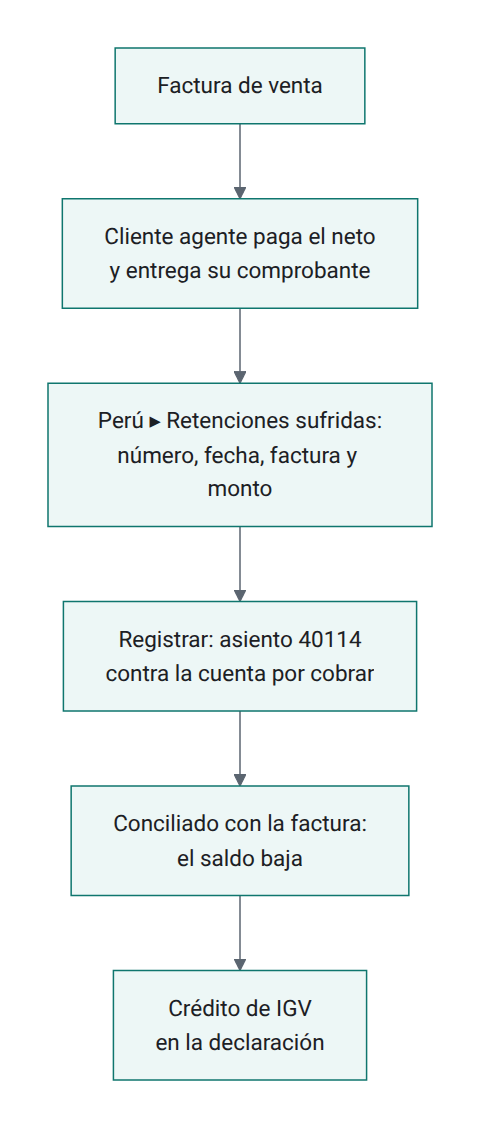
Above: OL-ACCOUNTING/al_l10n_pe_retention/static/description/diagramas/ventas.png in olanoit/ol_new_apps (Mermaid), before the change. Its source is kept beside it as OL-ACCOUNTING/al_l10n_pe_retention/static/description/diagramas/ventas.mmd. Its diagram source:
```mermaid
flowchart TD
  A[Factura de venta] --> B[Cliente agente paga el neto<br/>y entrega su comprobante]
  B --> C[Perú ▸ Retenciones sufridas:<br/>número, fecha, factura y monto]
  C --> D[Registrar: asiento 40114<br/>contra la cuenta por cobrar]
  D --> E[Conciliado con la factura:<br/>el saldo baja]
  E --> F[Crédito de IGV<br/>en la declaración]
```
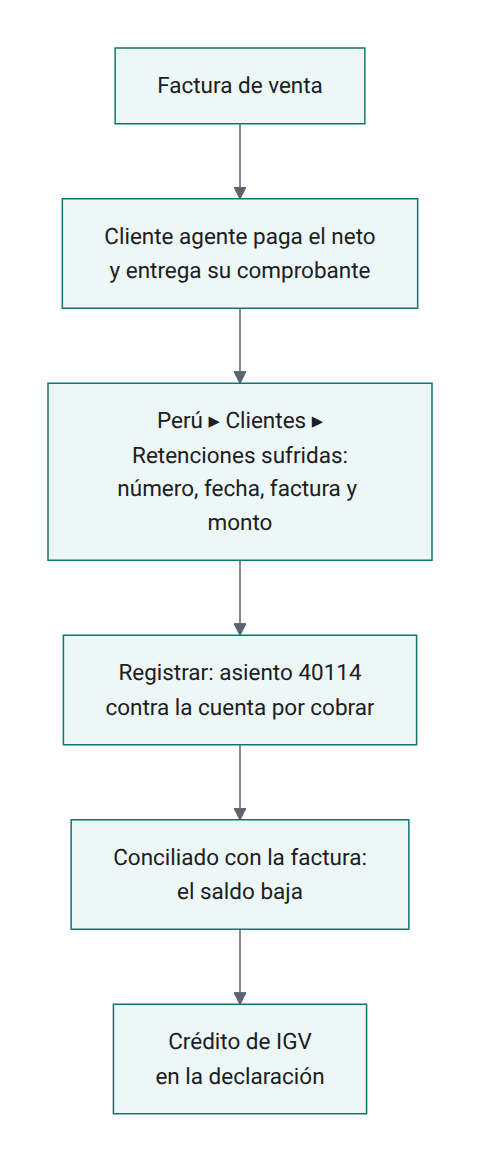
The same diagram one commit later.

The edit, as a diff of the source:
```diff
@@ -1,6 +1,6 @@
 flowchart TD
   A[Factura de venta] --> B[Cliente agente paga el neto<br/>y entrega su comprobante]
-  B --> C[Perú ▸ Retenciones sufridas:<br/>número, fecha, factura y monto]
+  B --> C[Perú ▸ Clientes ▸<br/>Retenciones sufridas:<br/>número, fecha, factura y monto]
   C --> D[Registrar: asiento 40114<br/>contra la cuenta por cobrar]
   D --> E[Conciliado con la factura:<br/>el saldo baja]
   E --> F[Crédito de IGV<br/>en la declaración]
```
